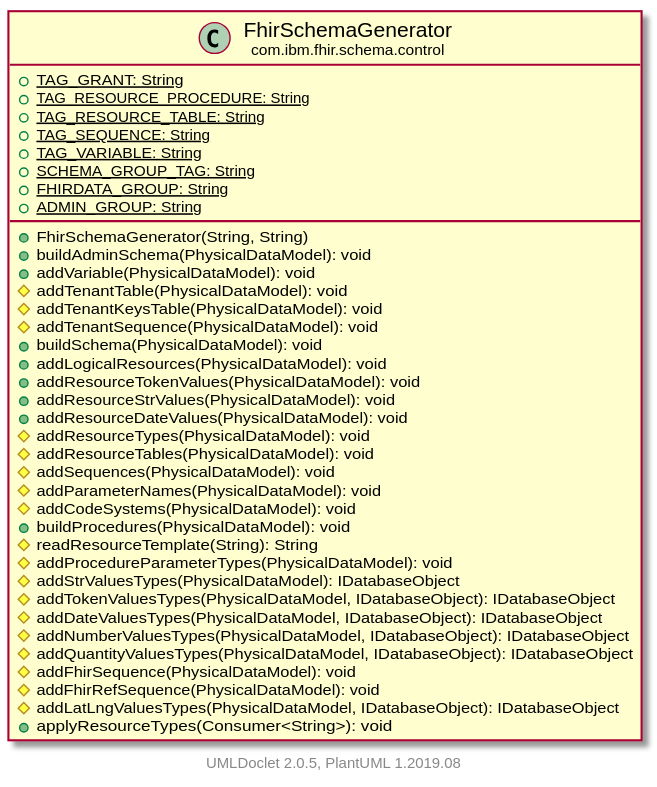
Earlier version of the PlantUML export javadocs/latest/com/ibm/fhir/schema/control/FhirSchemaGenerator.svg (tumblewind/FHIR). Source of this version:
```plantuml
@startuml
    set namespaceSeparator none
    hide empty fields
    hide empty methods

    class "<size:14>FhirSchemaGenerator\n<size:10>com.ibm.fhir.schema.control" as com.ibm.fhir.schema.control.FhirSchemaGenerator [[FhirSchemaGenerator.html]] {
        {static} +TAG_GRANT: String
        {static} +TAG_RESOURCE_PROCEDURE: String
        {static} +TAG_RESOURCE_TABLE: String
        {static} +TAG_SEQUENCE: String
        {static} +TAG_VARIABLE: String
        {static} +SCHEMA_GROUP_TAG: String
        {static} +FHIRDATA_GROUP: String
        {static} +ADMIN_GROUP: String
        +FhirSchemaGenerator(String, String)
        +buildAdminSchema(PhysicalDataModel): void
        +addVariable(PhysicalDataModel): void
        #addTenantTable(PhysicalDataModel): void
        #addTenantKeysTable(PhysicalDataModel): void
        #addTenantSequence(PhysicalDataModel): void
        +buildSchema(PhysicalDataModel): void
        +addLogicalResources(PhysicalDataModel): void
        +addResourceTokenValues(PhysicalDataModel): void
        +addResourceStrValues(PhysicalDataModel): void
        +addResourceDateValues(PhysicalDataModel): void
        #addResourceTypes(PhysicalDataModel): void
        #addResourceTables(PhysicalDataModel): void
        #addSequences(PhysicalDataModel): void
        #addParameterNames(PhysicalDataModel): void
        #addCodeSystems(PhysicalDataModel): void
        +buildProcedures(PhysicalDataModel): void
        #readResourceTemplate(String): String
        #addProcedureParameterTypes(PhysicalDataModel): void
        #addStrValuesTypes(PhysicalDataModel): IDatabaseObject
        #addTokenValuesTypes(PhysicalDataModel, IDatabaseObject): IDatabaseObject
        #addDateValuesTypes(PhysicalDataModel, IDatabaseObject): IDatabaseObject
        #addNumberValuesTypes(PhysicalDataModel, IDatabaseObject): IDatabaseObject
        #addQuantityValuesTypes(PhysicalDataModel, IDatabaseObject): IDatabaseObject
        #addFhirSequence(PhysicalDataModel): void
        #addFhirRefSequence(PhysicalDataModel): void
        #addLatLngValuesTypes(PhysicalDataModel, IDatabaseObject): IDatabaseObject
        +applyResourceTypes(Consumer<String>): void
    }

    center footer UMLDoclet 2.0.5, PlantUML 1.2019.08
@enduml
```
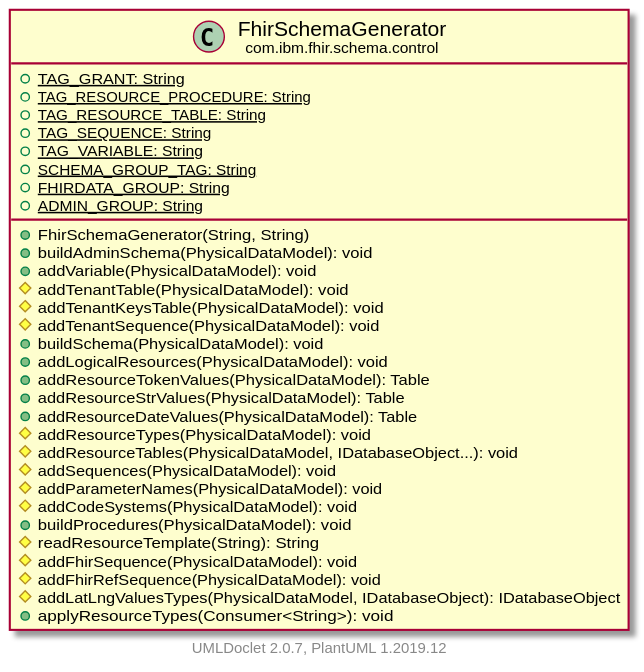
After the commit.

The edit, as a diff of the source:
```diff
@@ -20,27 +20,21 @@
         #addTenantSequence(PhysicalDataModel): void
         +buildSchema(PhysicalDataModel): void
         +addLogicalResources(PhysicalDataModel): void
-        +addResourceTokenValues(PhysicalDataModel): void
-        +addResourceStrValues(PhysicalDataModel): void
-        +addResourceDateValues(PhysicalDataModel): void
+        +addResourceTokenValues(PhysicalDataModel): Table
+        +addResourceStrValues(PhysicalDataModel): Table
+        +addResourceDateValues(PhysicalDataModel): Table
         #addResourceTypes(PhysicalDataModel): void
-        #addResourceTables(PhysicalDataModel): void
+        #addResourceTables(PhysicalDataModel, IDatabaseObject...): void
         #addSequences(PhysicalDataModel): void
         #addParameterNames(PhysicalDataModel): void
         #addCodeSystems(PhysicalDataModel): void
         +buildProcedures(PhysicalDataModel): void
         #readResourceTemplate(String): String
-        #addProcedureParameterTypes(PhysicalDataModel): void
-        #addStrValuesTypes(PhysicalDataModel): IDatabaseObject
-        #addTokenValuesTypes(PhysicalDataModel, IDatabaseObject): IDatabaseObject
-        #addDateValuesTypes(PhysicalDataModel, IDatabaseObject): IDatabaseObject
-        #addNumberValuesTypes(PhysicalDataModel, IDatabaseObject): IDatabaseObject
-        #addQuantityValuesTypes(PhysicalDataModel, IDatabaseObject): IDatabaseObject
         #addFhirSequence(PhysicalDataModel): void
         #addFhirRefSequence(PhysicalDataModel): void
         #addLatLngValuesTypes(PhysicalDataModel, IDatabaseObject): IDatabaseObject
         +applyResourceTypes(Consumer<String>): void
     }
 
-    center footer UMLDoclet 2.0.5, PlantUML 1.2019.08
+    center footer UMLDoclet 2.0.7, PlantUML 1.2019.12
 @enduml
```
